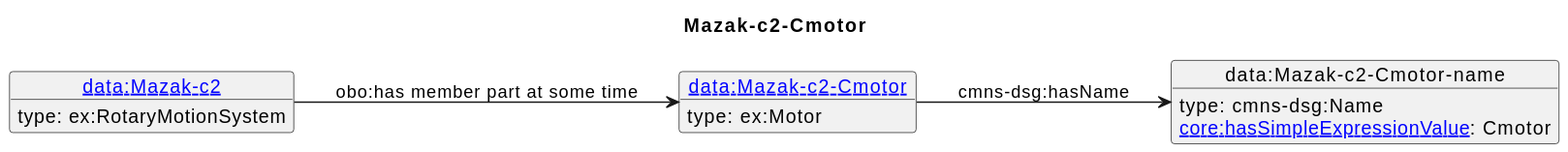
The PlantUML diagram diagrams/Mazak-c2-Cmotor.svg in iofoundry/example-syseng-mtconnect, before a commit. The source it was exported from:
```plantuml
@startuml
skinparam linetype polyline
left to right direction
title Mazak-c2-Cmotor
object "[[./Mazak-c2-Cmotor.html data:Mazak-c2-Cmotor]]" as o1 {
 type: ex:Motor
}
object "data:Mazak-c2-Cmotor-name" as o2 {
 type: cmns-dsg:Name
}
object "[[./Mazak-c2.html data:Mazak-c2]]" as o3 {
 type: ex:RotaryMotionSystem
}
o1 --> o2 : cmns-dsg:hasName
o2 : [[https://spec.industrialontologies.org/ontology/core/Core/hasSimpleExpressionValue core:hasSimpleExpressionValue]]: Cmotor
o3 --> o1 : obo:has member part at some time
@enduml
```
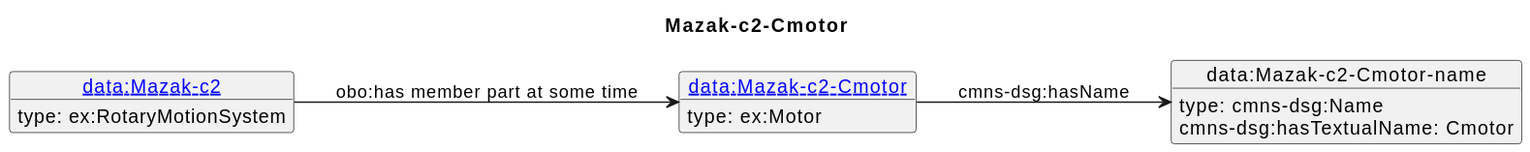
Later version of the same file.

Diff of the diagram source:
```diff
@@ -12,6 +12,6 @@
  type: ex:RotaryMotionSystem
 }
 o1 --> o2 : cmns-dsg:hasName
-o2 : [[https://spec.industrialontologies.org/ontology/core/Core/hasSimpleExpressionValue core:hasSimpleExpressionValue]]: Cmotor
+o2 : cmns-dsg:hasTextualName: Cmotor
 o3 --> o1 : obo:has member part at some time
 @enduml
```
